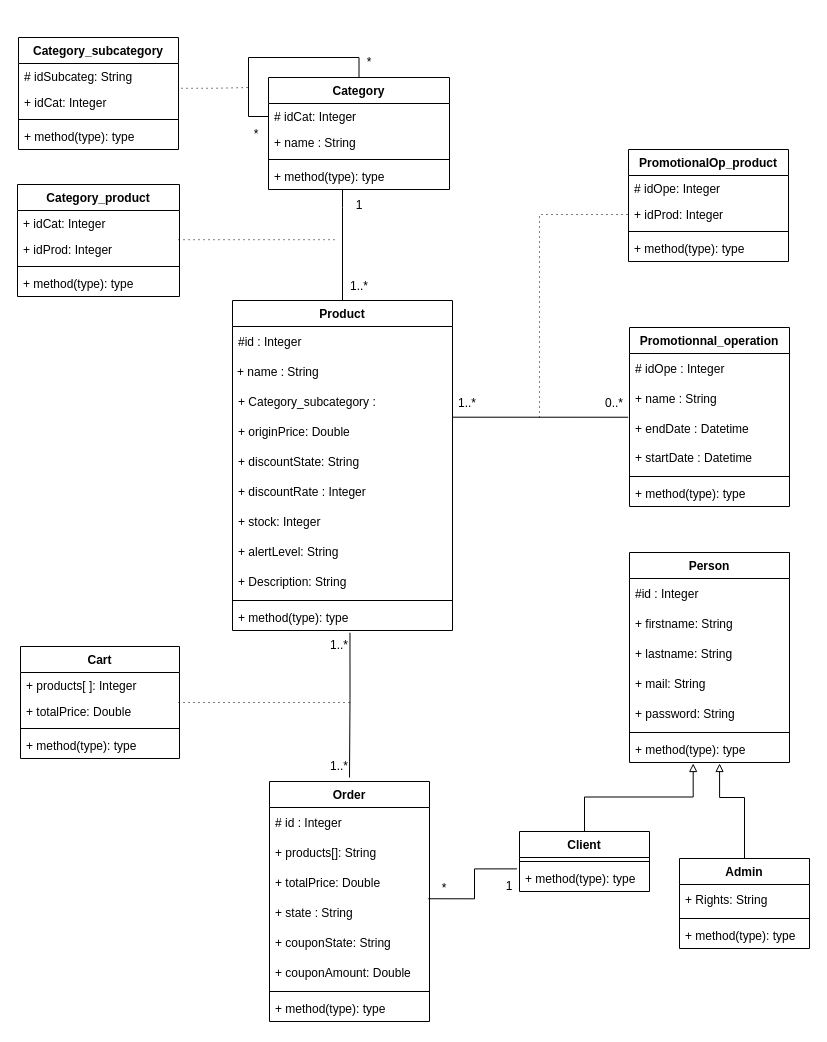
Earlier version of the draw.io diagram ptut8_DiagrammeDeClasse_V1.0.drawio (zbendd/ptut8). Source tidied: cells renumbered, new cells numbered last; positions are measured from the earlier drawing's top-left corner, leaving out a move shared by most shapes. Both pictures are drawn from the tidied source at 100%, with x=0, y=0 at pixel (17, 37).
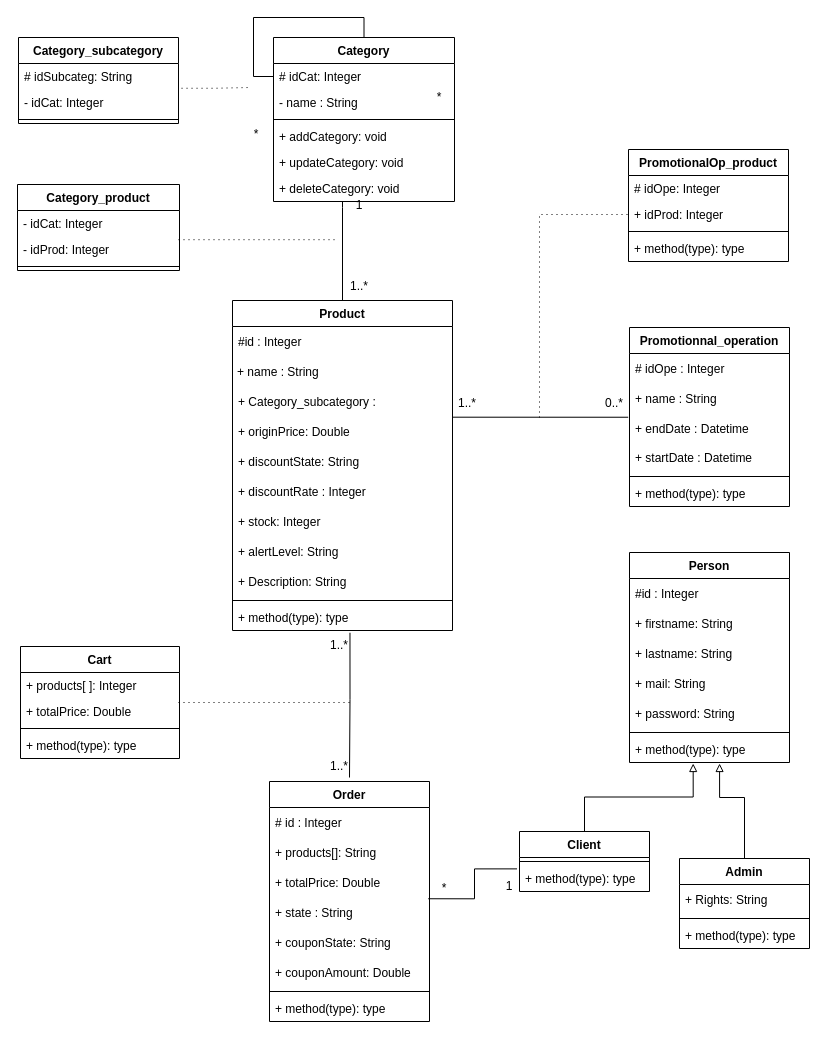
The same page after the edit.

The edit, as a diff of the source:
```diff
@@
     <mxCell id="18" value="Category" style="swimlane;fontStyle=1;align=center;verticalAlign=top;horizontal=1;startSize=26;" parent="1" vertex="1">
-      <mxGeometry x="251" y="40" width="181" height="112" as="geometry" />
+      <mxGeometry x="256" width="181" height="164" as="geometry" />
     </mxCell>
@@
-    <mxCell id="20" value="+ name : String" style="text;strokeColor=none;fillColor=none;align=left;verticalAlign=top;spacingLeft=4;spacingRight=4;overflow=hidden;" parent="18" vertex="1">
+    <mxCell id="20" value="- name : String" style="text;strokeColor=none;fillColor=none;align=left;verticalAlign=top;spacingLeft=4;spacingRight=4;overflow=hidden;" parent="18" vertex="1">
       <mxGeometry y="52" width="181" height="26" as="geometry" />
     </mxCell>
@@
-    <mxCell id="22" value="+ method(type): type" style="text;strokeColor=none;fillColor=none;align=left;verticalAlign=top;spacingLeft=4;spacingRight=4;overflow=hidden;" parent="18" vertex="1">
+    <mxCell id="22" value="+ addCategory: void" style="text;strokeColor=none;fillColor=none;align=left;verticalAlign=top;spacingLeft=4;spacingRight=4;overflow=hidden;" parent="18" vertex="1">
       <mxGeometry y="86" width="181" height="26" as="geometry" />
     </mxCell>
+    <mxCell id="92" value="+ updateCategory: void" style="text;strokeColor=none;fillColor=none;align=left;verticalAlign=top;spacingLeft=4;spacingRight=4;overflow=hidden;" parent="18" vertex="1">
+      <mxGeometry y="112" width="181" height="26" as="geometry" />
+    </mxCell>
+    <mxCell id="93" value="+ deleteCategory: void" style="text;strokeColor=none;fillColor=none;align=left;verticalAlign=top;spacingLeft=4;spacingRight=4;overflow=hidden;" parent="18" vertex="1">
+      <mxGeometry y="138" width="181" height="26" as="geometry" />
+    </mxCell>
@@
     <mxCell id="31" value="Category_subcategory" style="swimlane;fontStyle=1;align=center;verticalAlign=top;horizontal=1;startSize=26;" parent="1" vertex="1">
-      <mxGeometry x="1" width="160" height="112" as="geometry" />
+      <mxGeometry x="1" width="160" height="86" as="geometry" />
     </mxCell>
@@
-    <mxCell id="33" value="+ idCat: Integer" style="text;strokeColor=none;fillColor=none;align=left;verticalAlign=top;spacingLeft=4;spacingRight=4;overflow=hidden;" parent="31" vertex="1">
+    <mxCell id="33" value="- idCat: Integer" style="text;strokeColor=none;fillColor=none;align=left;verticalAlign=top;spacingLeft=4;spacingRight=4;overflow=hidden;" parent="31" vertex="1">
       <mxGeometry y="52" width="160" height="26" as="geometry" />
     </mxCell>
@@
-    <mxCell id="35" value="+ method(type): type" style="text;strokeColor=none;fillColor=none;align=left;verticalAlign=top;spacingLeft=4;spacingRight=4;overflow=hidden;" parent="31" vertex="1">
-      <mxGeometry y="86" width="160" height="26" as="geometry" />
-    </mxCell>
@@
     <mxCell id="48" value="Category_product" style="swimlane;fontStyle=1;align=center;verticalAlign=top;horizontal=1;startSize=26;" parent="1" vertex="1">
-      <mxGeometry y="147" width="162" height="112" as="geometry" />
+      <mxGeometry y="147" width="162" height="86" as="geometry" />
     </mxCell>
-    <mxCell id="49" value="+ idCat: Integer" style="text;strokeColor=none;fillColor=none;align=left;verticalAlign=top;spacingLeft=4;spacingRight=4;overflow=hidden;" parent="48" vertex="1">
+    <mxCell id="49" value="- idCat: Integer" style="text;strokeColor=none;fillColor=none;align=left;verticalAlign=top;spacingLeft=4;spacingRight=4;overflow=hidden;" parent="48" vertex="1">
       <mxGeometry y="26" width="162" height="26" as="geometry" />
     </mxCell>
-    <mxCell id="50" value="+ idProd: Integer" style="text;strokeColor=none;fillColor=none;align=left;verticalAlign=top;spacingLeft=4;spacingRight=4;overflow=hidden;" parent="48" vertex="1">
+    <mxCell id="50" value="- idProd: Integer" style="text;strokeColor=none;fillColor=none;align=left;verticalAlign=top;spacingLeft=4;spacingRight=4;overflow=hidden;" parent="48" vertex="1">
       <mxGeometry y="52" width="162" height="26" as="geometry" />
     </mxCell>
@@
-    <mxCell id="52" value="+ method(type): type" style="text;strokeColor=none;fillColor=none;align=left;verticalAlign=top;spacingLeft=4;spacingRight=4;overflow=hidden;" parent="48" vertex="1">
-      <mxGeometry y="86" width="162" height="26" as="geometry" />
-    </mxCell>
```
